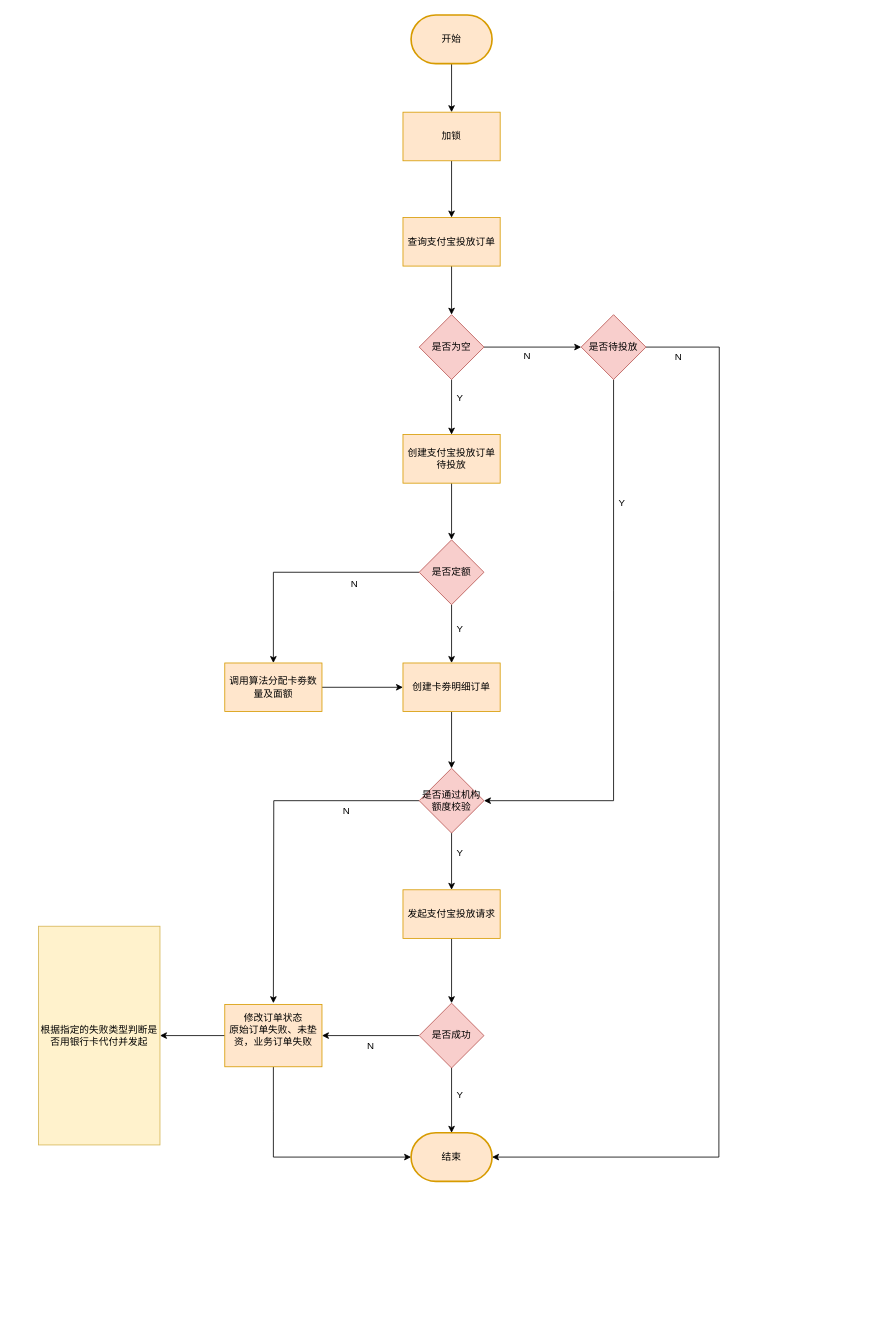
Above: 支付宝投放流程.drawio in Jie33/draw (draw.io), before the change. Source tidied: cells renumbered, new cells numbered last; positions are measured from the earlier drawing's top-left corner, leaving out a move shared by most shapes. Both pictures are drawn from the tidied source at 81%, with x=0, y=0 at pixel (38, 15).
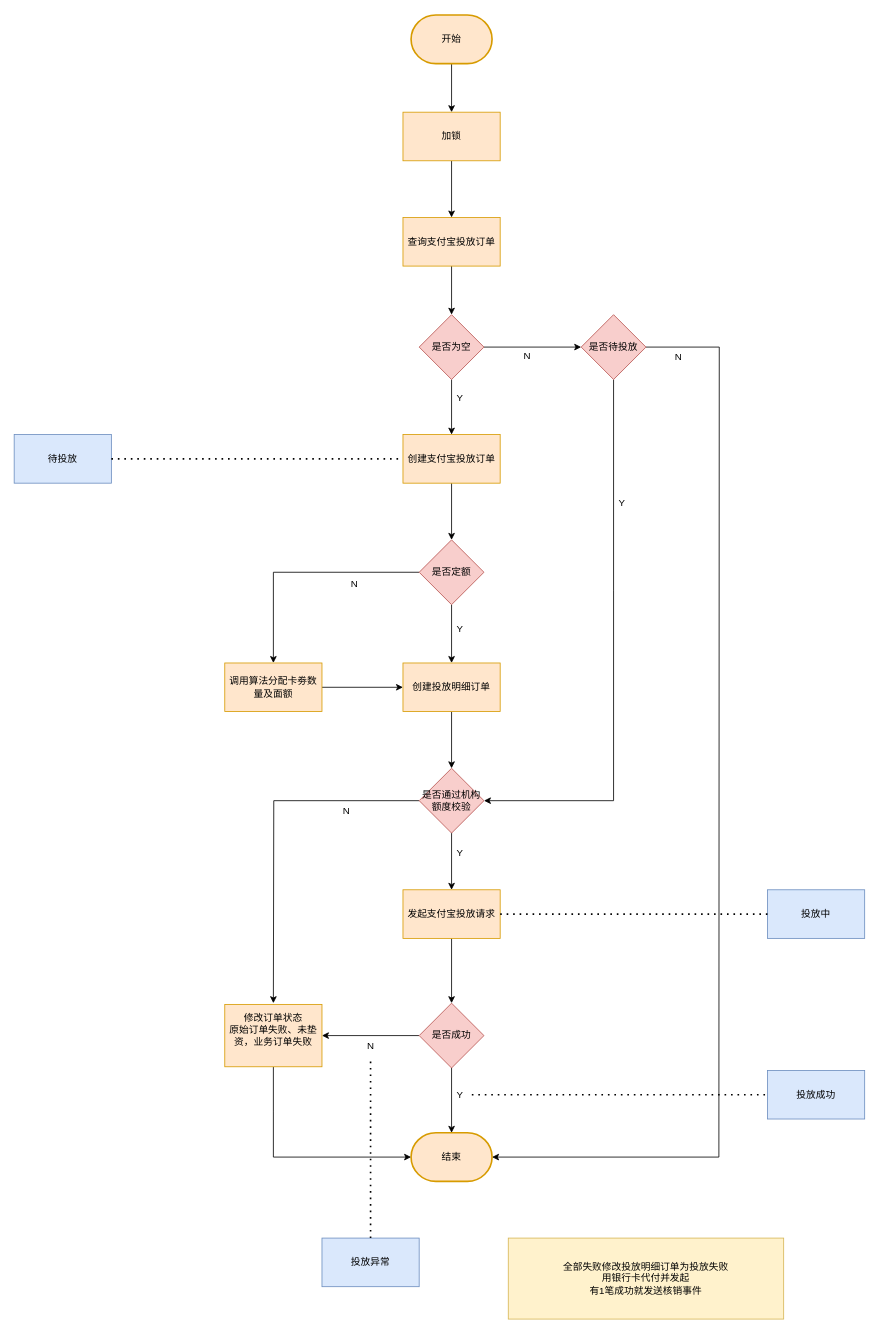
After the change.

Commit message:
更新支付宝投放流程.drawio

Unchanged cells that the change refers to:
```xml
<mxCell id="18" value="发起支付宝投放请求" style="rounded=0;whiteSpace=wrap;html=1;fillColor=#ffe6cc;strokeColor=#d79b00;" parent="1" vertex="1">
  <mxGeometry x="450" y="1080" width="120" height="60" as="geometry" />
</mxCell>
<mxCell id="23" value="修改订单状态&lt;div&gt;原始订单失败、未垫资，&lt;span style=&quot;background-color: initial;&quot;&gt;业务订单失败&lt;/span&gt;&lt;/div&gt;&lt;div&gt;&lt;br&gt;&lt;/div&gt;" style="rounded=0;whiteSpace=wrap;html=1;fillColor=#ffe6cc;strokeColor=#d79b00;" parent="1" vertex="1">
  <mxGeometry x="230" y="1221.5" width="120" height="77" as="geometry" />
</mxCell>
<mxCell id="45" value="Y" style="text;html=1;align=center;verticalAlign=middle;points=[];strokeColor=none;fillColor=none;" parent="1" vertex="1">
  <mxGeometry x="505" y="1318" width="30" height="30" as="geometry" />
</mxCell>
<mxCell id="46" value="N" style="text;html=1;align=center;verticalAlign=middle;points=[];strokeColor=none;fillColor=none;" parent="1" vertex="1">
  <mxGeometry x="395" y="1258" width="30" height="30" as="geometry" />
</mxCell>
```

Change to the diagram source:
```diff
@@
-    <mxCell id="7" value="创建卡劵明细订单" style="rounded=0;whiteSpace=wrap;html=1;fillColor=#ffe6cc;strokeColor=#d79b00;" parent="1" vertex="1">
+    <mxCell id="7" value="创建投放明细订单" style="rounded=0;whiteSpace=wrap;html=1;fillColor=#ffe6cc;strokeColor=#d79b00;" parent="1" vertex="1">
       <mxGeometry x="450" y="800" width="120" height="60" as="geometry" />
     </mxCell>
@@
-    <mxCell id="22" style="edgeStyle=orthogonalEdgeStyle;rounded=0;jettySize=auto;html=1;elbow=vertical;" parent="1" edge="1" source="23" target="32">
-      <mxGeometry relative="1" as="geometry" />
-    </mxCell>
@@
-    <mxCell id="25" value="&lt;div&gt;创建支付宝投放订单&lt;/div&gt;&lt;span style=&quot;background-color: initial;&quot;&gt;待投放&lt;/span&gt;" style="rounded=0;whiteSpace=wrap;html=1;fillColor=#ffe6cc;strokeColor=#d79b00;" parent="1" vertex="1">
+    <mxCell id="25" value="&lt;div&gt;创建支付宝投放订单&lt;/div&gt;" style="rounded=0;whiteSpace=wrap;html=1;fillColor=#ffe6cc;strokeColor=#d79b00;" parent="1" vertex="1">
       <mxGeometry x="450" y="518" width="120" height="60" as="geometry" />
     </mxCell>
@@
-    <mxCell id="32" value="根据指定的失败类型判断是否用银行卡代付并发起" style="rounded=0;whiteSpace=wrap;html=1;fillColor=#fff2cc;strokeColor=#d6b656;" parent="1" vertex="1">
-      <mxGeometry y="1125" width="150" height="270" as="geometry" />
+    <mxCell id="32" value="&lt;div&gt;全部失败修改投放明细订单为投放失败&lt;/div&gt;&lt;div&gt;&lt;span style=&quot;background-color: initial;&quot;&gt;用银行卡代付并发起&lt;/span&gt;&lt;/div&gt;&lt;div&gt;有1笔成功就发送核销事件&lt;/div&gt;" style="rounded=0;whiteSpace=wrap;html=1;fillColor=#fff2cc;strokeColor=#d6b656;" parent="1" vertex="1">
+      <mxGeometry x="580" y="1510" width="340" height="100" as="geometry" />
     </mxCell>
@@
+    <mxCell id="49" value="待投放" style="rounded=0;whiteSpace=wrap;html=1;fillColor=#dae8fc;strokeColor=#6c8ebf;" parent="1" vertex="1">
+      <mxGeometry x="-30" y="518" width="120" height="60" as="geometry" />
+    </mxCell>
+    <mxCell id="50" value="投放中" style="rounded=0;whiteSpace=wrap;html=1;fillColor=#dae8fc;strokeColor=#6c8ebf;" parent="1" vertex="1">
+      <mxGeometry x="900" y="1080" width="120" height="60" as="geometry" />
+    </mxCell>
+    <mxCell id="51" value="投放成功" style="rounded=0;whiteSpace=wrap;html=1;fillColor=#dae8fc;strokeColor=#6c8ebf;" parent="1" vertex="1">
+      <mxGeometry x="900" y="1303" width="120" height="60" as="geometry" />
+    </mxCell>
+    <mxCell id="52" value="投放异常" style="rounded=0;whiteSpace=wrap;html=1;fillColor=#dae8fc;strokeColor=#6c8ebf;" parent="1" vertex="1">
+      <mxGeometry x="350" y="1510" width="120" height="60" as="geometry" />
+    </mxCell>
+    <mxCell id="53" style="endArrow=none;dashed=1;html=1;dashPattern=1 3;strokeWidth=2;rounded=0;entryX=0;entryY=0.5;entryDx=0;entryDy=0;exitX=1;exitY=0.5;exitDx=0;exitDy=0;" parent="1" edge="1" source="49" target="25">
+      <mxGeometry relative="1" as="geometry" />
+    </mxCell>
+    <mxCell id="54" style="endArrow=none;dashed=1;html=1;dashPattern=1 3;strokeWidth=2;rounded=0;exitX=1;exitY=0.5;exitDx=0;exitDy=0;entryX=0;entryY=0.5;entryDx=0;entryDy=0;" parent="1" edge="1" source="18" target="50">
+      <mxGeometry relative="1" as="geometry" />
+    </mxCell>
+    <mxCell id="55" style="endArrow=none;dashed=1;html=1;dashPattern=1 3;strokeWidth=2;rounded=0;entryX=0;entryY=0.5;entryDx=0;entryDy=0;" parent="1" edge="1" source="45" target="51">
+      <mxGeometry relative="1" as="geometry" />
+    </mxCell>
+    <mxCell id="56" style="endArrow=none;dashed=1;html=1;dashPattern=1 3;strokeWidth=2;rounded=0;" parent="1" edge="1" target="46">
+      <mxGeometry relative="1" as="geometry">
+        <mxPoint x="410" y="1510" as="sourcePoint" />
+      </mxGeometry>
+    </mxCell>
```
